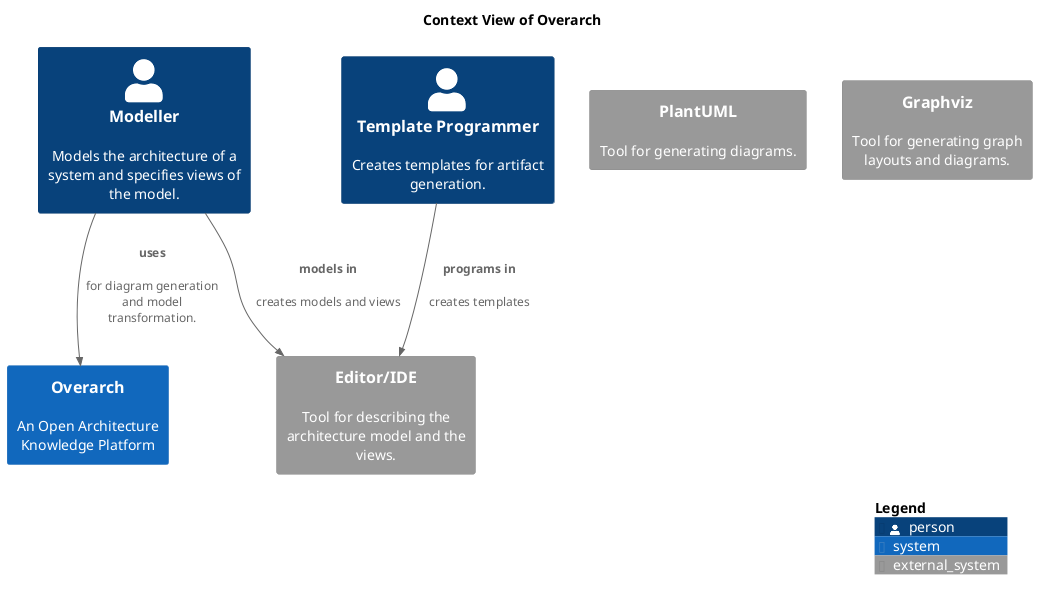
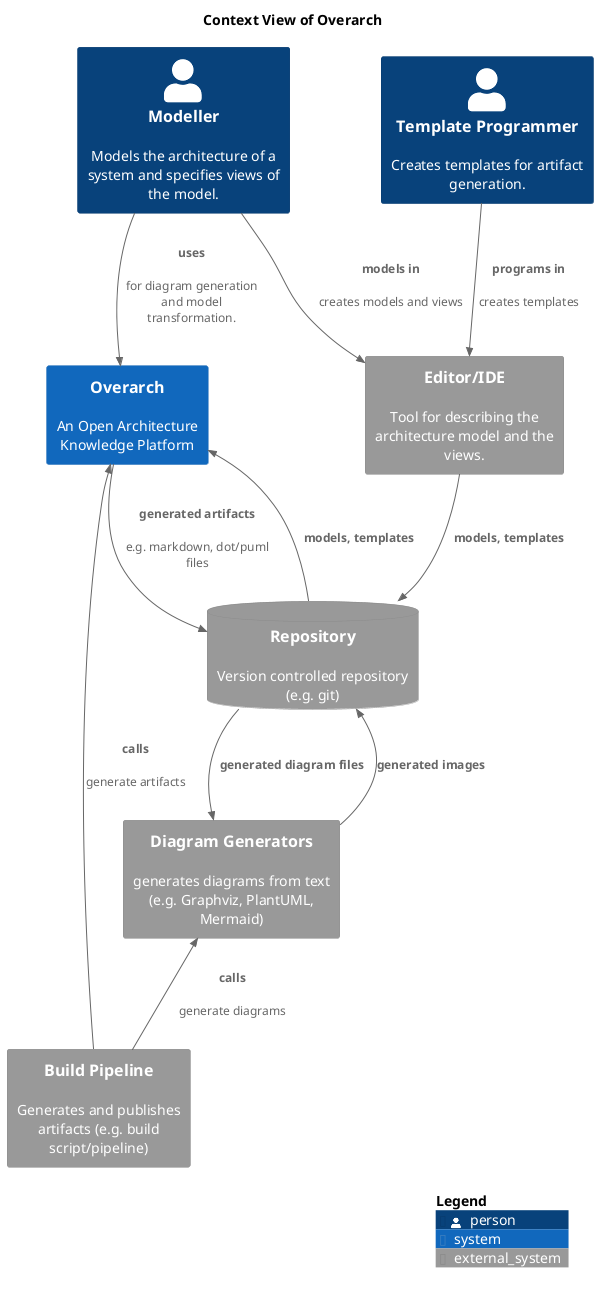
@startuml context-view
!include <C4/C4_Context.puml>
!include <awslib14/AWSCommon>
!include <awslib14/AWSC4Integration>
!include <azure/AzureCommon>
!include <azure/AzureC4Integration>
!include <tupadr3/common>







title Context View of Overarch
System_Ext(overarch_architecture_editor, "Editor/IDE", $descr="Tool for describing the architecture model and the views.")
Person(overarch_roles_modeller, "Modeller", $descr="Models the architecture of a system and specifies views of the model.")
Person(overarch_roles_templateProgrammer, "Template Programmer", $descr="Creates templates for artifact generation.")
- System_Ext(overarch_architecture_plantuml, "PlantUML", $descr="Tool for generating diagrams.")
- System_Ext(overarch_architecture_graphviz, "Graphviz", $descr="Tool for generating graph layouts and diagrams.")
+ System_Ext(overarch_architecture_diagramGenerator, "Diagram Generators", $descr="generates diagrams from text (e.g. Graphviz, PlantUML, Mermaid)")
System(overarch_architecture_overarch, "Overarch", $descr="An Open Architecture Knowledge Platform")
+ System_Ext(overarch_architecture_buildPipeline, "Build Pipeline", $descr="Generates and publishes artifacts (e.g. build script/pipeline)")
+ SystemDb_Ext(overarch_architecture_vcRepository, "Repository", $descr="Version controlled repository (e.g. git)")
+ Rel(overarch_architecture_vcRepository, overarch_architecture_diagramGenerator, "generated diagram files")
+ Rel_U(overarch_architecture_buildPipeline, overarch_architecture_diagramGenerator, "calls", $descr="generate diagrams")
Rel(overarch_roles_modeller, overarch_architecture_overarch, "uses", $descr="for diagram generation and model transformation.")
+ Rel(overarch_architecture_overarch, overarch_architecture_vcRepository, "generated artifacts", $descr="e.g. markdown, dot/puml files")
+ Rel(overarch_architecture_editor, overarch_architecture_vcRepository, "models, templates", $descr="")
Rel(overarch_roles_templateProgrammer, overarch_architecture_editor, "programs in", $descr="creates templates")
Rel(overarch_roles_modeller, overarch_architecture_editor, "models in", $descr="creates models and views")
+ Rel(overarch_architecture_diagramGenerator, overarch_architecture_vcRepository, "generated images")
+ Rel(overarch_architecture_vcRepository, overarch_architecture_overarch, "models, templates", $descr="")
+ Rel_U(overarch_architecture_buildPipeline, overarch_architecture_overarch, "calls", $descr="generate artifacts")
SHOW_LEGEND()
@enduml
